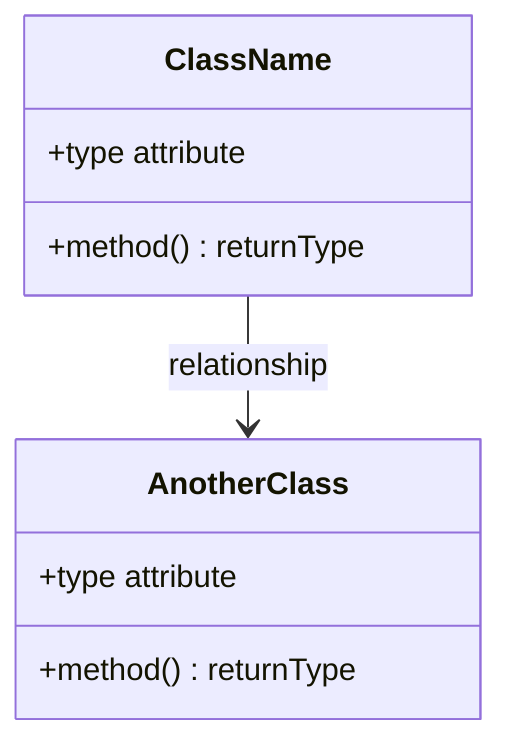
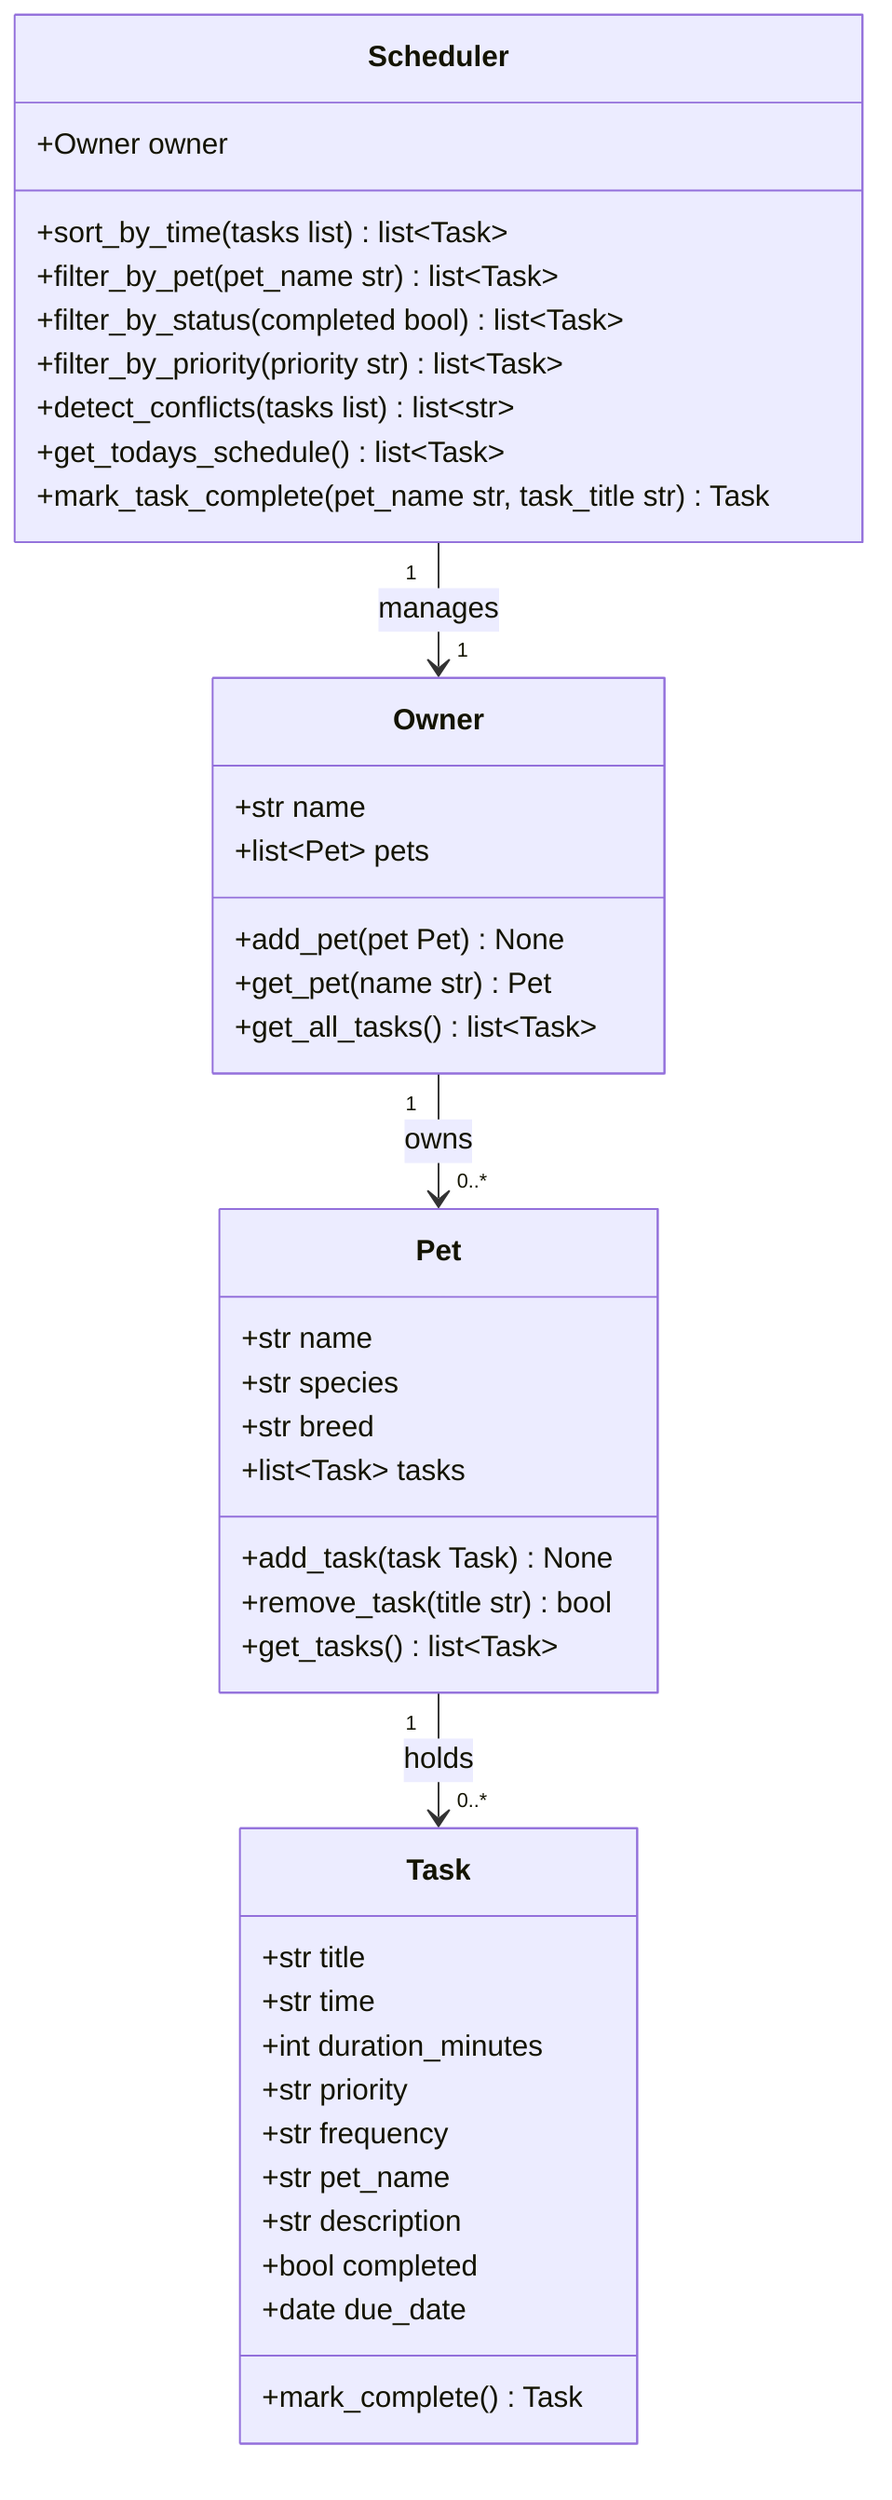
classDiagram
-     %% Replace the placeholders below with your actual classes, attributes, methods, and relationships.
-     %% Keep this file updated so it matches your final implementation.
- 
-     class ClassName {
-         +type attribute
-         +method() returnType
+     class Task {
+         +str title
+         +str time
+         +int duration_minutes
+         +str priority
+         +str frequency
+         +str pet_name
+         +str description
+         +bool completed
+         +date due_date
+         +mark_complete() Task
    }

-     class AnotherClass {
-         +type attribute
-         +method() returnType
+     class Pet {
+         +str name
+         +str species
+         +str breed
+         +list~Task~ tasks
+         +add_task(task Task) None
+         +remove_task(title str) bool
+         +get_tasks() list~Task~
    }

-     ClassName --> AnotherClass : relationship
+     class Owner {
+         +str name
+         +list~Pet~ pets
+         +add_pet(pet Pet) None
+         +get_pet(name str) Pet
+         +get_all_tasks() list~Task~
+     }
+ 
+     class Scheduler {
+         +Owner owner
+         +sort_by_time(tasks list) list~Task~
+         +filter_by_pet(pet_name str) list~Task~
+         +filter_by_status(completed bool) list~Task~
+         +filter_by_priority(priority str) list~Task~
+         +detect_conflicts(tasks list) list~str~
+         +get_todays_schedule() list~Task~
+         +mark_task_complete(pet_name str, task_title str) Task
+     }
+ 
+     Owner "1" --> "0..*" Pet : owns
+     Pet "1" --> "0..*" Task : holds
+     Scheduler "1" --> "1" Owner : manages
